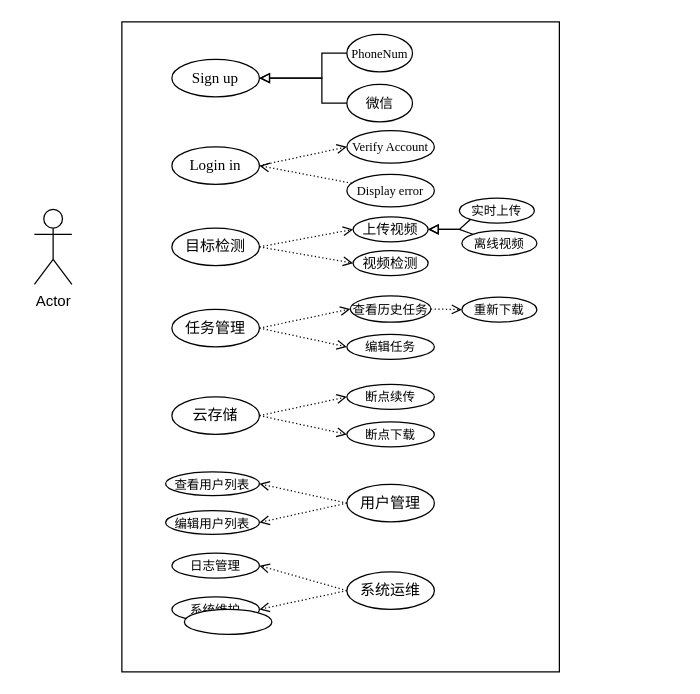
This is DrawIO_file/毕业论文画图/系统需求示例图.drawio from DingDongZz/typera_PicGO, a draw.io file, before an edit. Source tidied: cells renumbered, new cells numbered last; positions are measured from the earlier drawing's top-left corner, leaving out a move shared by most shapes. Both pictures are drawn from the tidied source at 125%, with x=0, y=0 at pixel (34, 21).
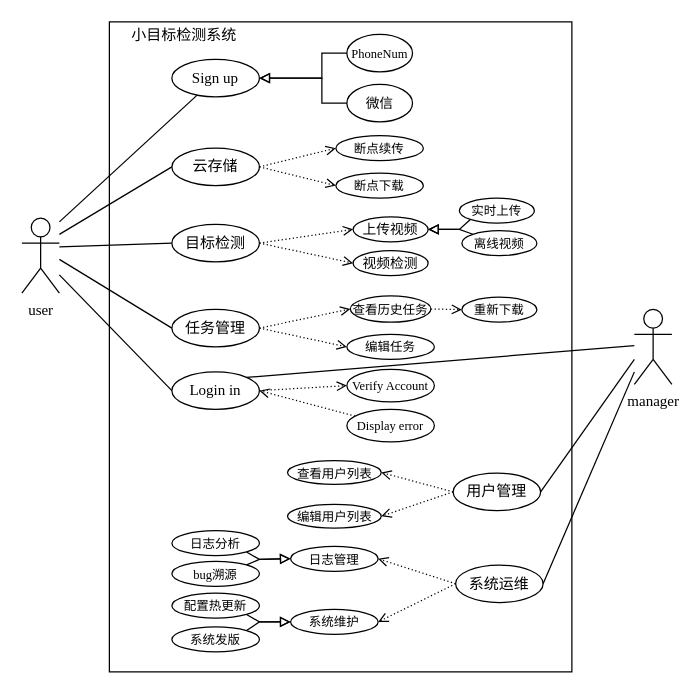
The same diagram, later.

Commit message (it also covers changes not shown here):
更新系统需求示例图.drawio

The change refers to these unchanged cells:
```xml
<mxCell id="4" value="Sign up" style="ellipse;whiteSpace=wrap;html=1;fontFamily=Times New Roman;" parent="1" vertex="1">
  <mxGeometry x="110" y="30" width="70" height="30" as="geometry" />
</mxCell>
<mxCell id="10" value="任务管理" style="ellipse;whiteSpace=wrap;html=1;" parent="1" vertex="1">
  <mxGeometry x="110" y="230" width="70" height="30" as="geometry" />
</mxCell>
```

What changed in the source:
```diff
@@
-    <mxCell id="2" value="Actor" style="shape=umlActor;verticalLabelPosition=bottom;verticalAlign=top;html=1;" parent="1" vertex="1">
-      <mxGeometry y="150" width="30" height="60" as="geometry" />
+    <mxCell id="2" value="&lt;font face=&quot;Times New Roman&quot;&gt;manager&lt;/font&gt;" style="shape=umlActor;verticalLabelPosition=bottom;verticalAlign=top;html=1;" parent="1" vertex="1">
+      <mxGeometry x="480" y="230" width="30" height="60" as="geometry" />
     </mxCell>
     <mxCell id="3" style="html=1;whiteSpace=wrap;direction=south;fontSize=10;" parent="1" vertex="1">
-      <mxGeometry x="70" width="350" height="520" as="geometry" />
+      <mxGeometry x="60" width="370" height="520" as="geometry" />
     </mxCell>
@@
-    <mxCell id="5" style="rounded=0;jettySize=auto;html=1;entryX=0;entryY=0.5;entryDx=0;entryDy=0;dashed=1;exitX=1;exitY=0.5;exitDx=0;exitDy=0;endArrow=open;endFill=0;dashPattern=1 2;" parent="1" edge="1" source="6" target="16">
-      <mxGeometry relative="1" as="geometry" />
-    </mxCell>
-    <mxCell id="6" value="Login in" style="ellipse;whiteSpace=wrap;html=1;fontFamily=Times New Roman;" parent="1" vertex="1">
-      <mxGeometry x="110" y="100" width="70" height="30" as="geometry" />
-    </mxCell>
@@
     <mxCell id="9" value="目标检测" style="ellipse;whiteSpace=wrap;html=1;" parent="1" vertex="1">
-      <mxGeometry x="110" y="165" width="70" height="30" as="geometry" />
+      <mxGeometry x="110" y="162" width="70" height="30" as="geometry" />
     </mxCell>
@@
-    <mxCell id="11" value="云存储" style="ellipse;whiteSpace=wrap;html=1;" parent="1" vertex="1">
-      <mxGeometry x="110" y="300" width="70" height="30" as="geometry" />
-    </mxCell>
     <mxCell id="12" value="用户管理" style="ellipse;whiteSpace=wrap;html=1;" parent="1" vertex="1">
-      <mxGeometry x="250" y="370" width="70" height="30" as="geometry" />
+      <mxGeometry x="335" y="361" width="70" height="30" as="geometry" />
     </mxCell>
     <mxCell id="13" value="系统运维" style="ellipse;whiteSpace=wrap;html=1;" parent="1" vertex="1">
-      <mxGeometry x="250" y="440" width="70" height="30" as="geometry" />
+      <mxGeometry x="337" y="434.5" width="70" height="30" as="geometry" />
     </mxCell>
@@
-    <mxCell id="16" value="&lt;font style=&quot;font-size: 10px;&quot;&gt;Verify Account&lt;/font&gt;" style="ellipse;whiteSpace=wrap;html=1;fontFamily=Times New Roman;" parent="1" vertex="1">
-      <mxGeometry x="250" y="87" width="70" height="26" as="geometry" />
-    </mxCell>
-    <mxCell id="17" style="rounded=0;jettySize=auto;html=1;entryX=1;entryY=0.5;entryDx=0;entryDy=0;dashed=1;endArrow=open;endFill=0;dashPattern=1 2;" parent="1" edge="1" source="18" target="6">
-      <mxGeometry relative="1" as="geometry" />
-    </mxCell>
-    <mxCell id="18" value="&lt;font style=&quot;font-size: 10px;&quot;&gt;Display error&lt;/font&gt;" style="ellipse;whiteSpace=wrap;html=1;fontFamily=Times New Roman;" parent="1" vertex="1">
-      <mxGeometry x="250" y="122" width="70" height="26" as="geometry" />
-    </mxCell>
@@
-    <mxCell id="24" value="断点续传" style="ellipse;whiteSpace=wrap;html=1;fontSize=10;" parent="1" vertex="1">
-      <mxGeometry x="250" y="290" width="70" height="20" as="geometry" />
-    </mxCell>
-    <mxCell id="25" value="断点下载" style="ellipse;whiteSpace=wrap;html=1;fontSize=10;" parent="1" vertex="1">
-      <mxGeometry x="250" y="320" width="70" height="20" as="geometry" />
-    </mxCell>
     <mxCell id="26" value="编辑用户列表" style="ellipse;whiteSpace=wrap;html=1;fontSize=10;" parent="1" vertex="1">
-      <mxGeometry x="105" y="391" width="75" height="19" as="geometry" />
+      <mxGeometry x="202.5" y="386" width="75" height="19" as="geometry" />
     </mxCell>
@@
     <mxCell id="29" value="查看用户列表" style="ellipse;whiteSpace=wrap;html=1;fontSize=10;" parent="1" vertex="1">
-      <mxGeometry x="105" y="360" width="75" height="19" as="geometry" />
+      <mxGeometry x="202.5" y="351" width="75" height="19" as="geometry" />
     </mxCell>
     <mxCell id="30" value="日志管理" style="ellipse;whiteSpace=wrap;html=1;fontSize=10;" parent="1" vertex="1">
-      <mxGeometry x="110" y="425" width="70" height="20" as="geometry" />
+      <mxGeometry x="205" y="419.5" width="70" height="20" as="geometry" />
     </mxCell>
     <mxCell id="31" value="系统维护" style="ellipse;whiteSpace=wrap;html=1;fontSize=10;" parent="1" vertex="1">
-      <mxGeometry x="110" y="460" width="70" height="20" as="geometry" />
+      <mxGeometry x="205" y="470" width="70" height="20" as="geometry" />
     </mxCell>
@@
-    <mxCell id="37" style="rounded=0;jettySize=auto;html=1;entryX=0;entryY=0.5;entryDx=0;entryDy=0;dashed=1;strokeColor=default;align=center;verticalAlign=middle;fontFamily=Helvetica;fontSize=11;fontColor=default;labelBackgroundColor=default;endArrow=open;exitX=1;exitY=0.5;exitDx=0;exitDy=0;endFill=0;dashPattern=1 2;" parent="1" edge="1" source="11" target="24">
-      <mxGeometry relative="1" as="geometry" />
-    </mxCell>
-    <mxCell id="38" style="rounded=0;jettySize=auto;html=1;entryX=0;entryY=0.5;entryDx=0;entryDy=0;dashed=1;strokeColor=default;align=center;verticalAlign=middle;fontFamily=Helvetica;fontSize=11;fontColor=default;labelBackgroundColor=default;endArrow=open;exitX=1;exitY=0.5;exitDx=0;exitDy=0;endFill=0;dashPattern=1 2;" parent="1" edge="1" source="11" target="25">
-      <mxGeometry relative="1" as="geometry" />
-    </mxCell>
@@
-    <mxCell id="45" style="ellipse;whiteSpace=wrap;html=1;fontSize=10;" parent="1" vertex="1">
-      <mxGeometry x="120" y="470" width="70" height="20" as="geometry" />
+    <mxCell id="45" value="日志分析" style="ellipse;whiteSpace=wrap;html=1;fontSize=10;" parent="1" vertex="1">
+      <mxGeometry x="110" y="407" width="70" height="20" as="geometry" />
     </mxCell>
+    <mxCell id="46" value="&lt;font face=&quot;Times New Roman&quot;&gt;bug&lt;/font&gt;溯源" style="ellipse;whiteSpace=wrap;html=1;fontSize=10;" parent="1" vertex="1">
+      <mxGeometry x="110" y="431.5" width="70" height="20" as="geometry" />
+    </mxCell>
+    <mxCell id="47" style="endArrow=block;html=1;rounded=0;entryX=0;entryY=0.5;entryDx=0;entryDy=0;endFill=0;exitX=1;exitY=1;exitDx=0;exitDy=0;" parent="1" edge="1" source="45" target="30">
+      <mxGeometry relative="1" as="geometry">
+        <Array as="points">
+          <mxPoint x="180" y="430" />
+        </Array>
+      </mxGeometry>
+    </mxCell>
+    <mxCell id="48" style="endArrow=block;html=1;rounded=0;endFill=0;exitX=1;exitY=0;exitDx=0;exitDy=0;entryX=0;entryY=0.5;entryDx=0;entryDy=0;" parent="1" edge="1" source="46" target="30">
+      <mxGeometry relative="1" as="geometry">
+        <Array as="points">
+          <mxPoint x="180" y="430" />
+        </Array>
+      </mxGeometry>
+    </mxCell>
+    <mxCell id="49" value="&lt;font face=&quot;Times New Roman&quot;&gt;配置热更新&lt;/font&gt;" style="ellipse;whiteSpace=wrap;html=1;fontSize=10;" parent="1" vertex="1">
+      <mxGeometry x="110" y="457" width="70" height="20" as="geometry" />
+    </mxCell>
+    <mxCell id="50" value="&lt;font face=&quot;Times New Roman&quot;&gt;系统发版&lt;/font&gt;" style="ellipse;whiteSpace=wrap;html=1;fontSize=10;" parent="1" vertex="1">
+      <mxGeometry x="110" y="484" width="70" height="20" as="geometry" />
+    </mxCell>
+    <mxCell id="51" style="endArrow=block;html=1;rounded=0;endFill=0;exitX=1;exitY=0;exitDx=0;exitDy=0;entryX=0;entryY=0.5;entryDx=0;entryDy=0;" parent="1" edge="1" source="50" target="31">
+      <mxGeometry relative="1" as="geometry">
+        <Array as="points">
+          <mxPoint x="180" y="480" />
+        </Array>
+      </mxGeometry>
+    </mxCell>
+    <mxCell id="52" style="endArrow=block;html=1;rounded=0;endFill=0;exitX=1;exitY=1;exitDx=0;exitDy=0;entryX=0;entryY=0.5;entryDx=0;entryDy=0;" parent="1" edge="1" source="49" target="31">
+      <mxGeometry relative="1" as="geometry">
+        <Array as="points">
+          <mxPoint x="180" y="480" />
+        </Array>
+      </mxGeometry>
+    </mxCell>
+    <mxCell id="53" style="rounded=0;jettySize=auto;html=1;endArrow=none;startFill=0;" parent="1" edge="1" source="4">
+      <mxGeometry relative="1" as="geometry">
+        <mxPoint x="20" y="160" as="targetPoint" />
+      </mxGeometry>
+    </mxCell>
+    <mxCell id="54" style="rounded=0;jettySize=auto;html=1;endArrow=none;startFill=0;exitX=0;exitY=0.5;exitDx=0;exitDy=0;" parent="1" edge="1" source="6" target="58">
+      <mxGeometry relative="1" as="geometry" />
+    </mxCell>
+    <mxCell id="55" style="rounded=0;jettySize=auto;html=1;endArrow=none;startFill=0;exitX=0;exitY=0.5;exitDx=0;exitDy=0;" parent="1" edge="1" source="9">
+      <mxGeometry relative="1" as="geometry">
+        <mxPoint x="20" y="180" as="targetPoint" />
+      </mxGeometry>
+    </mxCell>
+    <mxCell id="56" style="rounded=0;jettySize=auto;html=1;endArrow=none;startFill=0;exitX=0;exitY=0.5;exitDx=0;exitDy=0;" parent="1" edge="1" source="10">
+      <mxGeometry relative="1" as="geometry">
+        <mxPoint x="20" y="190" as="targetPoint" />
+      </mxGeometry>
+    </mxCell>
+    <mxCell id="57" style="rounded=0;jettySize=auto;html=1;endArrow=none;startFill=0;exitX=0;exitY=0.5;exitDx=0;exitDy=0;" parent="1" edge="1" source="11">
+      <mxGeometry relative="1" as="geometry">
+        <mxPoint x="20" y="170" as="targetPoint" />
+      </mxGeometry>
+    </mxCell>
+    <mxCell id="58" value="&lt;font face=&quot;Times New Roman&quot;&gt;user&lt;/font&gt;" style="shape=umlActor;verticalLabelPosition=bottom;verticalAlign=top;html=1;" parent="1" vertex="1">
+      <mxGeometry x="-10" y="157" width="30" height="60" as="geometry" />
+    </mxCell>
+    <mxCell id="59" style="rounded=0;jettySize=auto;html=1;endArrow=none;startFill=0;exitX=1;exitY=0.5;exitDx=0;exitDy=0;" parent="1" edge="1" source="12">
+      <mxGeometry relative="1" as="geometry">
+        <mxPoint x="480" y="270" as="targetPoint" />
+      </mxGeometry>
+    </mxCell>
+    <mxCell id="60" style="rounded=0;jettySize=auto;html=1;endArrow=none;startFill=0;exitX=1;exitY=0.5;exitDx=0;exitDy=0;" parent="1" edge="1" source="13">
+      <mxGeometry relative="1" as="geometry">
+        <mxPoint x="480" y="280" as="targetPoint" />
+      </mxGeometry>
+    </mxCell>
+    <mxCell id="11" value="云存储" style="ellipse;whiteSpace=wrap;html=1;" parent="1" vertex="1">
+      <mxGeometry x="110" y="101" width="70" height="30" as="geometry" />
+    </mxCell>
+    <mxCell id="24" value="断点续传" style="ellipse;whiteSpace=wrap;html=1;fontSize=10;" parent="1" vertex="1">
+      <mxGeometry x="241.2" y="91" width="70" height="20" as="geometry" />
+    </mxCell>
+    <mxCell id="25" value="断点下载" style="ellipse;whiteSpace=wrap;html=1;fontSize=10;" parent="1" vertex="1">
+      <mxGeometry x="241.2" y="121" width="70" height="20" as="geometry" />
+    </mxCell>
+    <mxCell id="37" style="rounded=0;jettySize=auto;html=1;entryX=0;entryY=0.5;entryDx=0;entryDy=0;dashed=1;strokeColor=default;align=center;verticalAlign=middle;fontFamily=Helvetica;fontSize=11;fontColor=default;labelBackgroundColor=default;endArrow=open;exitX=1;exitY=0.5;exitDx=0;exitDy=0;endFill=0;dashPattern=1 2;" parent="1" edge="1" source="11" target="24">
+      <mxGeometry relative="1" as="geometry" />
+    </mxCell>
+    <mxCell id="38" style="rounded=0;jettySize=auto;html=1;entryX=0;entryY=0.5;entryDx=0;entryDy=0;dashed=1;strokeColor=default;align=center;verticalAlign=middle;fontFamily=Helvetica;fontSize=11;fontColor=default;labelBackgroundColor=default;endArrow=open;exitX=1;exitY=0.5;exitDx=0;exitDy=0;endFill=0;dashPattern=1 2;" parent="1" edge="1" source="11" target="25">
+      <mxGeometry relative="1" as="geometry" />
+    </mxCell>
+    <mxCell id="5" style="rounded=0;jettySize=auto;html=1;entryX=0;entryY=0.5;entryDx=0;entryDy=0;dashed=1;exitX=1;exitY=0.5;exitDx=0;exitDy=0;endArrow=open;endFill=0;dashPattern=1 2;" parent="1" edge="1" source="6" target="16">
+      <mxGeometry relative="1" as="geometry" />
+    </mxCell>
+    <mxCell id="6" value="Login in" style="ellipse;whiteSpace=wrap;html=1;fontFamily=Times New Roman;" parent="1" vertex="1">
+      <mxGeometry x="110" y="280" width="70" height="30" as="geometry" />
+    </mxCell>
+    <mxCell id="16" value="&lt;font style=&quot;font-size: 10px;&quot;&gt;Verify Account&lt;/font&gt;" style="ellipse;whiteSpace=wrap;html=1;fontFamily=Times New Roman;" parent="1" vertex="1">
+      <mxGeometry x="250" y="278" width="70" height="26" as="geometry" />
+    </mxCell>
+    <mxCell id="17" style="rounded=0;jettySize=auto;html=1;entryX=1;entryY=0.5;entryDx=0;entryDy=0;dashed=1;endArrow=open;endFill=0;dashPattern=1 2;" parent="1" edge="1" source="18" target="6">
+      <mxGeometry relative="1" as="geometry" />
+    </mxCell>
+    <mxCell id="18" value="&lt;font style=&quot;font-size: 10px;&quot;&gt;Display error&lt;/font&gt;" style="ellipse;whiteSpace=wrap;html=1;fontFamily=Times New Roman;" parent="1" vertex="1">
+      <mxGeometry x="250" y="310" width="70" height="26" as="geometry" />
+    </mxCell>
+    <mxCell id="61" style="rounded=0;jettySize=auto;html=1;endArrow=none;startFill=0;exitX=1;exitY=0;exitDx=0;exitDy=0;" parent="1" edge="1" source="6">
+      <mxGeometry relative="1" as="geometry">
+        <mxPoint x="480" y="259" as="targetPoint" />
+      </mxGeometry>
+    </mxCell>
+    <mxCell id="62" value="小目标检测系统" style="text;html=1;align=center;verticalAlign=middle;whiteSpace=wrap;rounded=0;" parent="1" vertex="1">
+      <mxGeometry x="50" y="1" width="140" height="20" as="geometry" />
+    </mxCell>
```
